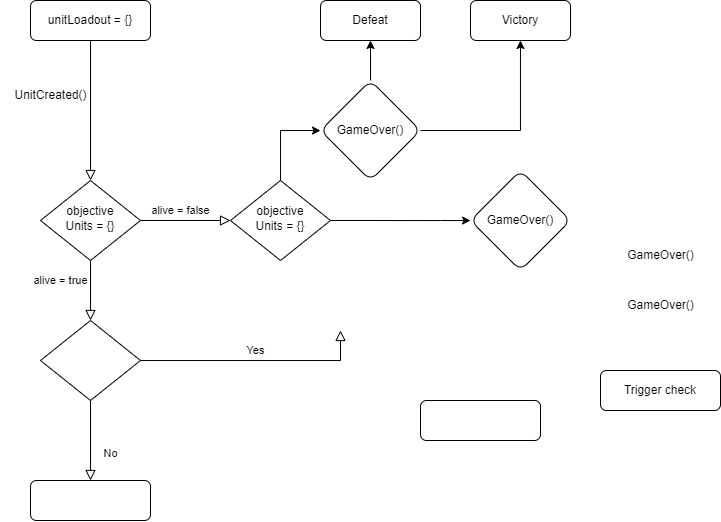
Before: API Architecture.drawio.png, a diagram exported from draw.io (Ezahiel/Diagrams). Source tidied: cells renumbered, new cells last; positions are measured from the earlier drawing's top-left corner, leaving out a move shared by most shapes.
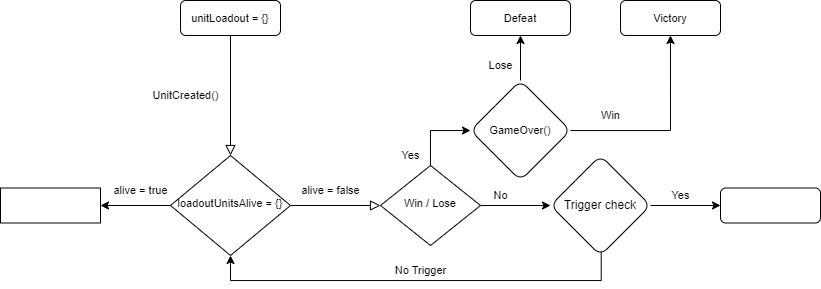
Later version of the same file.

Diff of the diagram source:
```diff
@@ -5,91 +5,104 @@
     <mxCell id="2" style="rounded=0;html=1;jettySize=auto;fontSize=11;endArrow=block;endFill=0;endSize=8;strokeWidth=1;shadow=0;labelBackgroundColor=none;edgeStyle=orthogonalEdgeStyle;" parent="1" edge="1" source="3" target="6">
       <mxGeometry relative="1" as="geometry" />
     </mxCell>
-    <mxCell id="3" value="unitLoadout = {}" style="rounded=1;whiteSpace=wrap;html=1;fontSize=12;glass=0;strokeWidth=1;shadow=0;" parent="1" vertex="1">
-      <mxGeometry x="30" width="120" height="40" as="geometry" />
+    <mxCell id="3" value="&lt;font style=&quot;font-size: 11px;&quot;&gt;unitLoadout = {}&lt;/font&gt;" style="rounded=1;whiteSpace=wrap;html=1;fontSize=12;glass=0;strokeWidth=1;shadow=0;" parent="1" vertex="1">
+      <mxGeometry x="180" width="100" height="35" as="geometry" />
     </mxCell>
-    <mxCell id="4" value="alive = false" style="rounded=0;html=1;jettySize=auto;fontSize=11;endArrow=block;endFill=0;endSize=8;strokeWidth=1;shadow=0;labelBackgroundColor=none;edgeStyle=orthogonalEdgeStyle;" parent="1" edge="1" source="6" target="12">
-      <mxGeometry x="-1" y="103" relative="1" as="geometry">
-        <mxPoint x="-13" y="-50" as="offset" />
-      </mxGeometry>
-    </mxCell>
     <mxCell id="5" value="alive = true" style="edgeStyle=orthogonalEdgeStyle;rounded=0;html=1;jettySize=auto;fontSize=11;endArrow=block;endFill=0;endSize=8;strokeWidth=1;shadow=0;labelBackgroundColor=none;entryX=0;entryY=0.5;entryDx=0;entryDy=0;" parent="1" edge="1" source="6" target="22">
-      <mxGeometry x="-1" y="-100" relative="1" as="geometry">
-        <mxPoint x="-80" y="-40" as="offset" />
+      <mxGeometry x="-1" y="151" relative="1" as="geometry">
+        <mxPoint x="-150" y="136" as="offset" />
       </mxGeometry>
     </mxCell>
+    <mxCell id="25" style="edgeStyle=orthogonalEdgeStyle;rounded=0;jettySize=auto;html=1;fontSize=11;" parent="1" edge="1" source="6" target="32">
+      <mxGeometry relative="1" as="geometry" />
+    </mxCell>
-    <mxCell id="6" value="objective&lt;br&gt;Units = {}" style="rhombus;whiteSpace=wrap;html=1;shadow=0;fontFamily=Helvetica;fontSize=12;align=center;strokeWidth=1;spacing=6;spacingTop=-4;" parent="1" vertex="1">
-      <mxGeometry x="40" y="180" width="100" height="80" as="geometry" />
+    <mxCell id="6" value="&lt;font style=&quot;font-size: 11px;&quot;&gt;&lt;font style=&quot;&quot;&gt;loadoutUnitsAlive&amp;nbsp;=&lt;/font&gt; {}&lt;/font&gt;" style="rhombus;whiteSpace=wrap;html=1;shadow=0;fontFamily=Helvetica;fontSize=12;align=center;strokeWidth=1;spacing=6;spacingTop=-4;" parent="1" vertex="1">
+      <mxGeometry x="170" y="155" width="120" height="100" as="geometry" />
     </mxCell>
-    <mxCell id="7" style="edgeStyle=orthogonalEdgeStyle;rounded=0;jettySize=auto;html=1;fontFamily=Helvetica;fontSize=12;" parent="1" edge="1" target="18">
+    <mxCell id="7" style="edgeStyle=orthogonalEdgeStyle;rounded=0;jettySize=auto;html=1;fontFamily=Helvetica;fontSize=12;startArrow=none;" parent="1" edge="1" source="22" target="18">
       <mxGeometry relative="1" as="geometry">
-        <mxPoint x="280" y="190" as="sourcePoint" />
         <Array as="points">
-          <mxPoint x="280" y="220" />
-          <mxPoint x="280" y="220" />
+          <mxPoint x="430" y="215" />
         </Array>
       </mxGeometry>
     </mxCell>
     <mxCell id="8" style="edgeStyle=orthogonalEdgeStyle;rounded=0;jettySize=auto;html=1;fontFamily=Helvetica;fontSize=12;exitX=1;exitY=0.5;exitDx=0;exitDy=0;" parent="1" edge="1" source="22" target="19">
       <mxGeometry relative="1" as="geometry">
         <Array as="points">
-          <mxPoint x="440" y="220" />
-          <mxPoint x="440" y="220" />
+          <mxPoint x="540" y="205" />
+          <mxPoint x="540" y="205" />
         </Array>
       </mxGeometry>
     </mxCell>
-    <mxCell id="9" value="Trigger check" style="rounded=1;whiteSpace=wrap;html=1;fontSize=12;glass=0;strokeWidth=1;shadow=0;perimeter=rectanglePerimeter;" parent="1" vertex="1">
-      <mxGeometry x="600" y="370" width="120" height="40" as="geometry" />
-    </mxCell>
-    <mxCell id="10" value="No" style="rounded=0;html=1;jettySize=auto;fontSize=11;endArrow=block;endFill=0;endSize=8;strokeWidth=1;shadow=0;labelBackgroundColor=none;edgeStyle=orthogonalEdgeStyle;" parent="1" edge="1" source="12" target="13">
-      <mxGeometry x="0.33" y="20" relative="1" as="geometry" />
-    </mxCell>
-    <mxCell id="11" value="Yes" style="edgeStyle=orthogonalEdgeStyle;rounded=0;html=1;jettySize=auto;fontSize=11;endArrow=block;endFill=0;endSize=8;strokeWidth=1;shadow=0;labelBackgroundColor=none;" parent="1" edge="1" source="12">
-      <mxGeometry y="10" relative="1" as="geometry">
-        <mxPoint x="340" y="330" as="targetPoint" />
-        <Array as="points">
-          <mxPoint x="340" y="360" />
-        </Array>
-      </mxGeometry>
-    </mxCell>
-    <mxCell id="12" style="rhombus;whiteSpace=wrap;html=1;shadow=0;fontFamily=Helvetica;fontSize=12;align=center;strokeWidth=1;spacing=6;spacingTop=-4;" parent="1" vertex="1">
-      <mxGeometry x="40" y="320" width="100" height="80" as="geometry" />
-    </mxCell>
-    <mxCell id="13" style="rounded=1;whiteSpace=wrap;html=1;fontSize=12;glass=0;strokeWidth=1;shadow=0;" parent="1" vertex="1">
-      <mxGeometry x="30" y="480" width="120" height="40" as="geometry" />
-    </mxCell>
-    <mxCell id="14" style="rounded=1;whiteSpace=wrap;html=1;fontSize=12;glass=0;strokeWidth=1;shadow=0;" parent="1" vertex="1">
-      <mxGeometry x="420" y="400" width="120" height="40" as="geometry" />
-    </mxCell>
-    <mxCell id="15" value="UnitCreated()" style="text;html=1;align=center;verticalAlign=middle;strokeColor=none;fillColor=none;fontSize=12;fontFamily=Helvetica;" parent="1" vertex="1">
-      <mxGeometry y="80" width="100" height="30" as="geometry" />
+    <mxCell id="15" value="&lt;font style=&quot;font-size: 11px;&quot;&gt;UnitCreated()&lt;/font&gt;" style="text;html=1;align=center;verticalAlign=middle;strokeColor=none;fillColor=none;fontSize=12;fontFamily=Helvetica;" parent="1" vertex="1">
+      <mxGeometry x="140" y="80" width="90" height="30" as="geometry" />
     </mxCell>
-    <mxCell id="16" style="edgeStyle=orthogonalEdgeStyle;rounded=0;jettySize=auto;html=1;" parent="1" edge="1" source="18" target="23">
+    <mxCell id="16" style="edgeStyle=orthogonalEdgeStyle;rounded=0;jettySize=auto;html=1;entryX=0.5;entryY=1;entryDx=0;entryDy=0;" parent="1" edge="1" source="18" target="23">
       <mxGeometry relative="1" as="geometry" />
     </mxCell>
-    <mxCell id="17" style="edgeStyle=orthogonalEdgeStyle;rounded=0;jettySize=auto;html=1;" parent="1" edge="1" source="18" target="24">
+    <mxCell id="17" style="edgeStyle=orthogonalEdgeStyle;rounded=0;jettySize=auto;html=1;entryX=0.5;entryY=1;entryDx=0;entryDy=0;entryPerimeter=0;" parent="1" edge="1" source="18" target="24">
       <mxGeometry relative="1" as="geometry" />
     </mxCell>
-    <mxCell id="18" value="GameOver()" style="rhombus;whiteSpace=wrap;html=1;rounded=1;glass=0;strokeWidth=1;shadow=0;fontFamily=Helvetica;fontSize=12;" parent="1" vertex="1">
-      <mxGeometry x="320" y="80" width="100" height="100" as="geometry" />
+    <mxCell id="18" value="&lt;font style=&quot;font-size: 11px;&quot;&gt;GameOver()&lt;/font&gt;" style="rhombus;whiteSpace=wrap;html=1;rounded=1;glass=0;strokeWidth=1;shadow=0;fontFamily=Helvetica;fontSize=12;" parent="1" vertex="1">
+      <mxGeometry x="470" y="80" width="100" height="100" as="geometry" />
     </mxCell>
+    <mxCell id="26" style="edgeStyle=orthogonalEdgeStyle;rounded=0;jettySize=auto;html=1;fontSize=11;exitX=0.507;exitY=0.954;exitDx=0;exitDy=0;exitPerimeter=0;entryX=0.5;entryY=1;entryDx=0;entryDy=0;" parent="1" edge="1" source="19" target="6">
+      <mxGeometry relative="1" as="geometry">
+        <Array as="points">
+          <mxPoint x="601" y="280" />
+          <mxPoint x="230" y="280" />
+        </Array>
+      </mxGeometry>
+    </mxCell>
+    <mxCell id="27" style="edgeStyle=orthogonalEdgeStyle;rounded=0;jettySize=auto;html=1;fontSize=11;" parent="1" edge="1" source="19" target="34">
+      <mxGeometry relative="1" as="geometry" />
+    </mxCell>
-    <mxCell id="19" value="GameOver()" style="rhombus;whiteSpace=wrap;html=1;rounded=1;glass=0;strokeWidth=1;shadow=0;rotation=0;" parent="1" vertex="1">
-      <mxGeometry x="470" y="170" width="100" height="100" as="geometry" />
+    <mxCell id="19" value="Trigger check" style="rhombus;whiteSpace=wrap;html=1;rounded=1;glass=0;strokeWidth=1;shadow=0;rotation=0;" parent="1" vertex="1">
+      <mxGeometry x="550" y="155" width="100" height="100" as="geometry" />
     </mxCell>
-    <mxCell id="20" value="GameOver()" style="text;html=1;align=center;verticalAlign=middle;strokeColor=none;fillColor=none;" parent="1" vertex="1">
-      <mxGeometry x="615" y="240" width="90" height="30" as="geometry" />
-    </mxCell>
-    <mxCell id="21" value="GameOver()" style="text;html=1;align=center;verticalAlign=middle;strokeColor=none;fillColor=none;" parent="1" vertex="1">
-      <mxGeometry x="615" y="290" width="90" height="30" as="geometry" />
-    </mxCell>
-    <mxCell id="22" value="objective&lt;br&gt;Units = {}" style="rhombus;whiteSpace=wrap;html=1;shadow=0;fontFamily=Helvetica;fontSize=12;align=center;strokeWidth=1;spacing=6;spacingTop=-4;" parent="1" vertex="1">
-      <mxGeometry x="230" y="180" width="100" height="80" as="geometry" />
-    </mxCell>
-    <mxCell id="23" value="Defeat" style="whiteSpace=wrap;html=1;rounded=1;glass=0;strokeWidth=1;shadow=0;" parent="1" vertex="1">
-      <mxGeometry x="320" width="100" height="40" as="geometry" />
+    <mxCell id="23" value="&lt;font style=&quot;font-size: 11px;&quot;&gt;Defeat&lt;/font&gt;" style="whiteSpace=wrap;html=1;rounded=1;glass=0;strokeWidth=1;shadow=0;rotation=0;" parent="1" vertex="1">
+      <mxGeometry x="470" width="100" height="35" as="geometry" />
     </mxCell>
-    <mxCell id="24" value="Victory" style="whiteSpace=wrap;html=1;rounded=1;glass=0;strokeWidth=1;shadow=0;rotation=0;" parent="1" vertex="1">
-      <mxGeometry x="470" width="100" height="40" as="geometry" />
+    <mxCell id="24" value="&lt;font style=&quot;font-size: 11px;&quot;&gt;Victory&lt;/font&gt;" style="whiteSpace=wrap;html=1;rounded=1;glass=0;strokeWidth=1;shadow=0;rotation=0;" parent="1" vertex="1">
+      <mxGeometry x="620" width="100" height="35" as="geometry" />
     </mxCell>
+    <mxCell id="28" value="&lt;font style=&quot;font-size: 11px;&quot;&gt;Yes&lt;/font&gt;" style="text;html=1;align=center;verticalAlign=middle;strokeColor=none;fillColor=none;fontSize=9;" parent="1" vertex="1">
+      <mxGeometry x="390" y="140" width="40" height="30" as="geometry" />
+    </mxCell>
+    <mxCell id="29" value="&lt;font style=&quot;font-size: 11px;&quot;&gt;Lose&lt;/font&gt;" style="text;html=1;align=center;verticalAlign=middle;strokeColor=none;fillColor=none;fontSize=9;" parent="1" vertex="1">
+      <mxGeometry x="475" y="50" width="50" height="30" as="geometry" />
+    </mxCell>
+    <mxCell id="30" value="&lt;font style=&quot;font-size: 11px;&quot;&gt;Win&lt;/font&gt;" style="text;html=1;align=center;verticalAlign=middle;strokeColor=none;fillColor=none;fontSize=9;" parent="1" vertex="1">
+      <mxGeometry x="590" y="100" width="40" height="30" as="geometry" />
+    </mxCell>
+    <mxCell id="31" style="edgeStyle=orthogonalEdgeStyle;rounded=0;jettySize=auto;html=1;fontFamily=Helvetica;fontSize=12;endArrow=none;" parent="1" edge="1" target="22">
+      <mxGeometry relative="1" as="geometry">
+        <mxPoint x="430" y="185" as="sourcePoint" />
+        <Array as="points">
+          <mxPoint x="430" y="215" />
+        </Array>
+      </mxGeometry>
+    </mxCell>
+    <mxCell id="22" value="&lt;font style=&quot;font-size: 11px;&quot;&gt;Win / Lose&lt;/font&gt;" style="rhombus;whiteSpace=wrap;html=1;shadow=0;fontFamily=Helvetica;fontSize=12;align=center;strokeWidth=1;spacing=6;spacingTop=-4;" parent="1" vertex="1">
+      <mxGeometry x="380" y="165" width="100" height="80" as="geometry" />
+    </mxCell>
+    <mxCell id="10" value="No" style="text;html=1;align=center;verticalAlign=middle;strokeColor=none;fillColor=none;fontSize=11;" parent="1" vertex="1">
+      <mxGeometry x="480" y="180" width="40" height="30" as="geometry" />
+    </mxCell>
+    <mxCell id="32" style="whiteSpace=wrap;html=1;shadow=0;strokeWidth=1;spacing=6;spacingTop=-4;fontSize=11;rotation=0;" parent="1" vertex="1">
+      <mxGeometry y="187.5" width="100" height="35" as="geometry" />
+    </mxCell>
+    <mxCell id="4" value="alive = false" style="text;html=1;align=center;verticalAlign=middle;strokeColor=none;fillColor=none;fontSize=11;" parent="1" vertex="1">
+      <mxGeometry x="290" y="175" width="80" height="30" as="geometry" />
+    </mxCell>
+    <mxCell id="33" value="No Trigger" style="text;html=1;align=center;verticalAlign=middle;strokeColor=none;fillColor=none;fontSize=11;" parent="1" vertex="1">
+      <mxGeometry x="385" y="255" width="70" height="30" as="geometry" />
+    </mxCell>
+    <mxCell id="34" style="whiteSpace=wrap;html=1;rounded=1;glass=0;strokeWidth=1;shadow=0;rotation=0;" parent="1" vertex="1">
+      <mxGeometry x="720" y="187.5" width="100" height="35" as="geometry" />
+    </mxCell>
+    <mxCell id="35" value="Yes" style="text;html=1;align=center;verticalAlign=middle;strokeColor=none;fillColor=none;fontSize=11;" parent="1" vertex="1">
+      <mxGeometry x="660" y="180" width="40" height="30" as="geometry" />
+    </mxCell>
   </root>
 </mxGraphModel>
```
